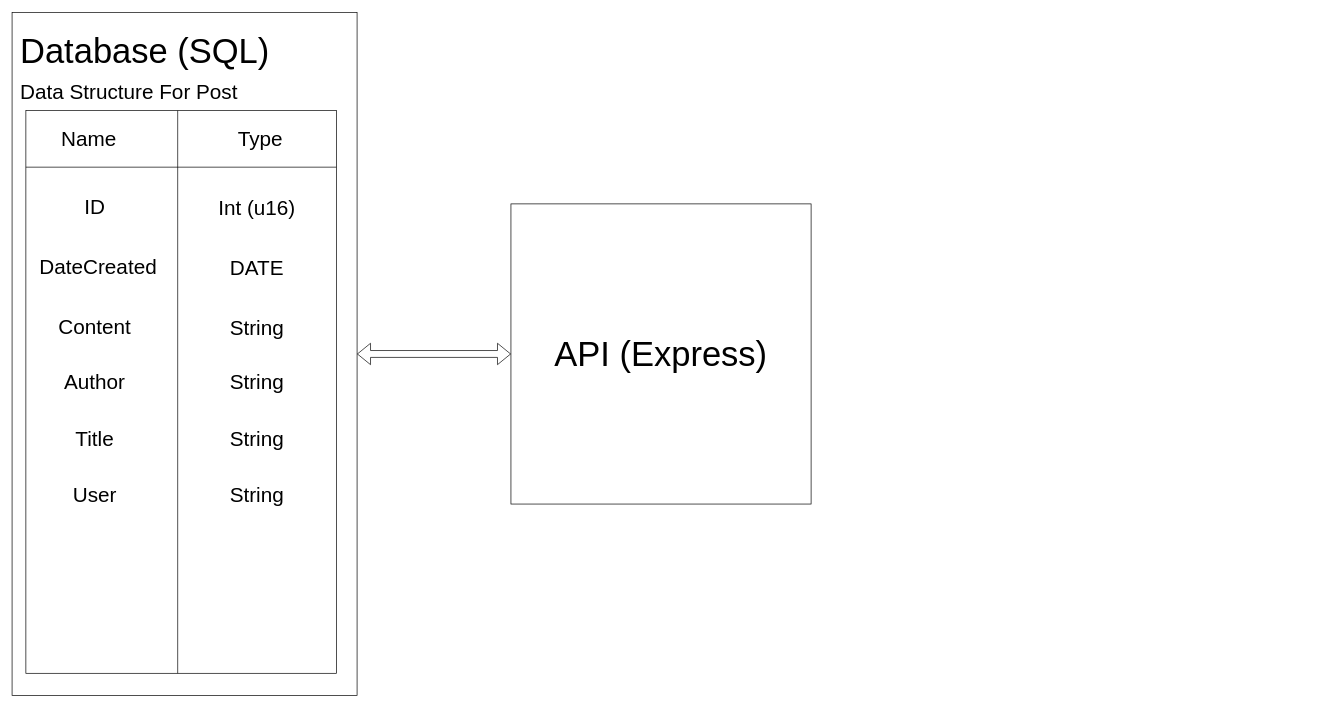
Above: Untitled Diagram.drawio in xavierbrasher/Blog-Site (draw.io), before the change. Source tidied: cells renumbered, new cells numbered last; positions are measured from the earlier drawing's top-left corner, leaving out a move shared by most shapes. Both pictures are drawn from the tidied source at 69%, with x=0, y=0 at pixel (12, 12).
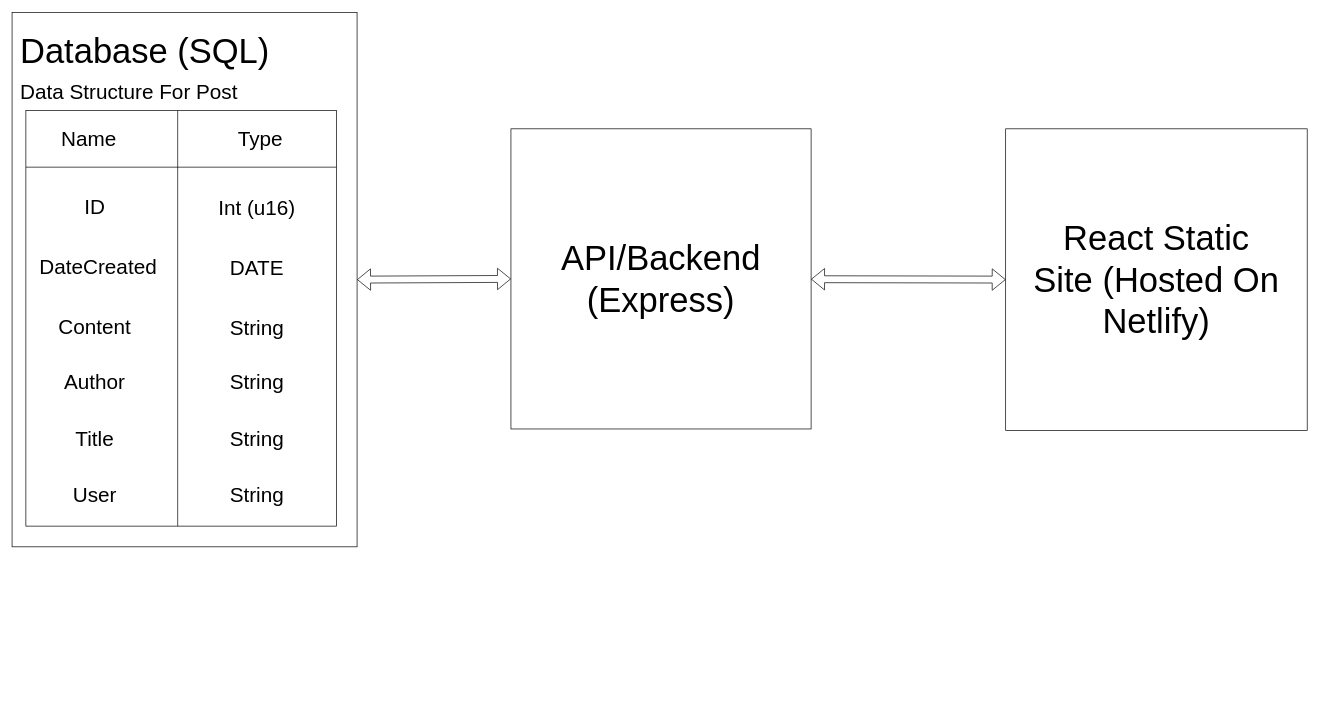
The same diagram, later.

Commit message:
Finished Diagram of the Project

Diff of the diagram source:
```diff
@@
     <mxCell id="2" value="&lt;p style=&quot;line-height: 0;&quot;&gt;&lt;br&gt;&lt;/p&gt;&lt;p style=&quot;line-height: 0;&quot;&gt;&lt;br&gt;&lt;/p&gt;" style="rounded=0;whiteSpace=wrap;html=1;fontSize=50;align=left;" parent="1" vertex="1">
-      <mxGeometry y="-0.5" width="500" height="990" as="geometry" />
+      <mxGeometry y="-0.5" width="500" height="774.5" as="geometry" />
     </mxCell>
-    <mxCell id="3" value="&lt;font style=&quot;font-size: 50px;&quot;&gt;API (Express)&lt;/font&gt;" style="whiteSpace=wrap;html=1;" parent="1" vertex="1">
-      <mxGeometry x="723" y="277" width="435" height="435" as="geometry" />
+    <mxCell id="3" value="&lt;font style=&quot;font-size: 50px;&quot;&gt;API/Backend (Express)&lt;/font&gt;" style="whiteSpace=wrap;html=1;" parent="1" vertex="1">
+      <mxGeometry x="723" y="168.2" width="435" height="435" as="geometry" />
     </mxCell>
     <mxCell id="4" style="shape=internalStorage;whiteSpace=wrap;html=1;backgroundOutline=1;fontSize=50;dx=220;dy=82;" parent="1" vertex="1">
-      <mxGeometry x="20" y="141.8" width="450" height="815.5" as="geometry" />
+      <mxGeometry x="20" y="141.8" width="450" height="602.2" as="geometry" />
     </mxCell>
@@
+    <mxCell id="22" value="React Static Site&lt;font style=&quot;font-size: 50px;&quot;&gt;&amp;nbsp;&lt;/font&gt;&lt;font style=&quot;font-size: 50px;&quot;&gt;(Hosted On Netlify)&lt;/font&gt;" style="whiteSpace=wrap;html=1;fontSize=50;" parent="1" vertex="1">
+      <mxGeometry x="1440" y="168.2" width="437" height="437" as="geometry" />
+    </mxCell>
+    <mxCell id="23" style="shape=flexArrow;endArrow=classic;startArrow=classic;html=1;rounded=0;fontSize=30;exitX=0;exitY=0.5;exitDx=0;exitDy=0;" parent="1" edge="1" source="22" target="3">
+      <mxGeometry relative="1" as="geometry" />
+    </mxCell>
```
